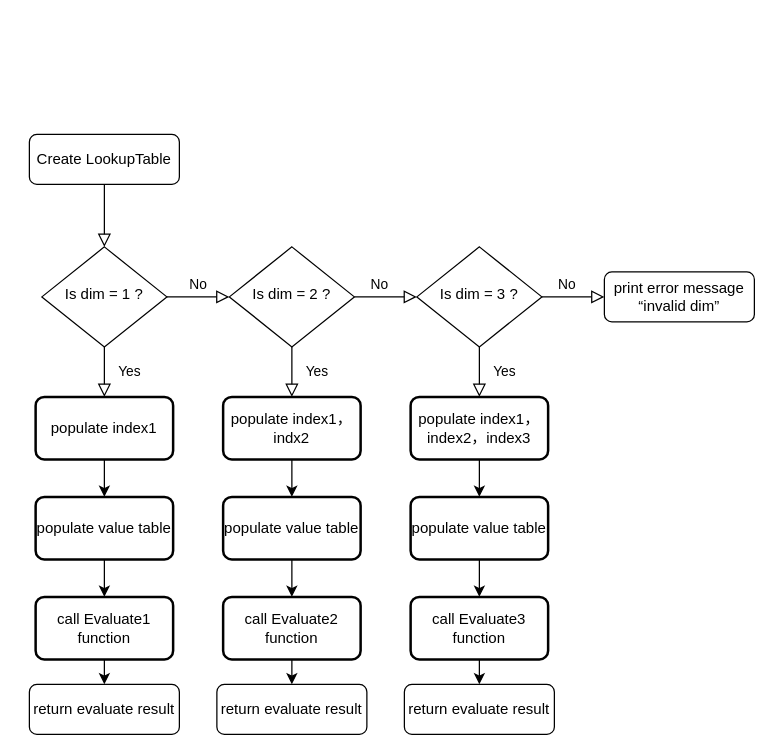
Ablution-han220/UML keeps this draw.io diagram as Untitled Diagram.drawio. Above is the earlier version. Source tidied: cells renumbered, new cells numbered last; positions are measured from the earlier drawing's top-left corner, leaving out a move shared by most shapes. Both pictures are drawn from the tidied source at 125%, with x=0, y=0 at pixel (29, 134).
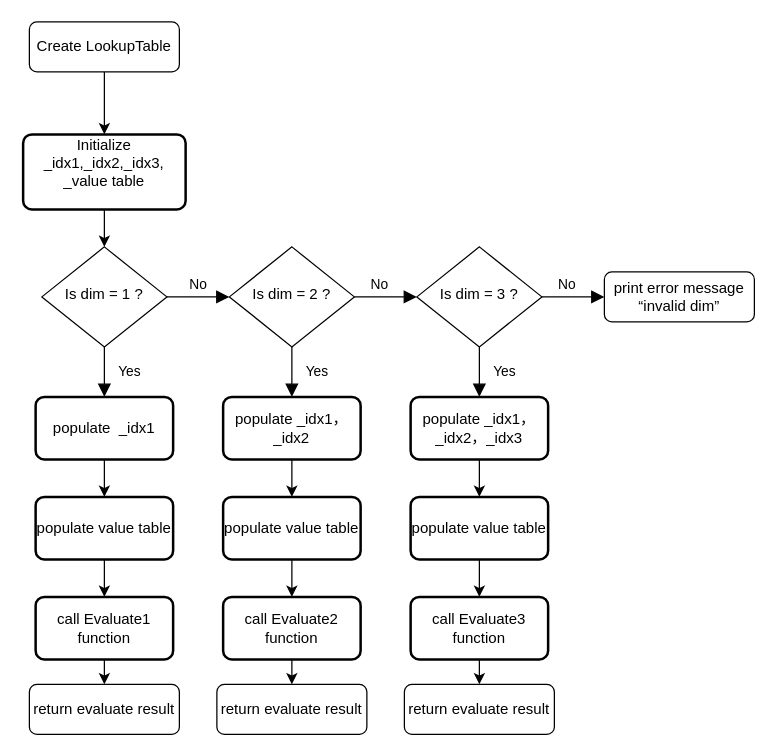
Above is the later version.

The change refers to these unchanged cells:
```xml
<mxCell id="6" value="Is dim = 1 ?" style="rhombus;whiteSpace=wrap;html=1;shadow=0;fontFamily=Helvetica;fontSize=12;align=center;strokeWidth=1;spacing=6;spacingTop=-4;" parent="1" vertex="1">
  <mxGeometry x="10" y="90" width="100" height="80" as="geometry" />
</mxCell>
<mxCell id="8" value="Is dim = 2 ?" style="rhombus;whiteSpace=wrap;html=1;shadow=0;fontFamily=Helvetica;fontSize=12;align=center;strokeWidth=1;spacing=6;spacingTop=-4;" parent="1" vertex="1">
  <mxGeometry x="160" y="90" width="100" height="80" as="geometry" />
</mxCell>
<mxCell id="11" value="Is dim = 3 ?" style="rhombus;whiteSpace=wrap;html=1;shadow=0;fontFamily=Helvetica;fontSize=12;align=center;strokeWidth=1;spacing=6;spacingTop=-4;" parent="1" vertex="1">
  <mxGeometry x="310" y="90" width="100" height="80" as="geometry" />
</mxCell>
<mxCell id="14" value="print error message “invalid dim”" style="rounded=1;whiteSpace=wrap;html=1;fontSize=12;glass=0;strokeWidth=1;shadow=0;" parent="1" vertex="1">
  <mxGeometry x="460" y="110" width="120" height="40" as="geometry" />
</mxCell>
```

What changed in the source:
```diff
@@
-    <mxCell id="2" style="rounded=0;html=1;jettySize=auto;fontSize=11;endArrow=block;endFill=0;endSize=8;strokeWidth=1;shadow=0;labelBackgroundColor=none;edgeStyle=orthogonalEdgeStyle;" parent="1" edge="1" source="3" target="6">
-      <mxGeometry relative="1" as="geometry" />
-    </mxCell>
+    <mxCell id="35" style="edgeStyle=orthogonalEdgeStyle;rounded=0;jettySize=auto;html=1;" parent="1" edge="1" source="3" target="37">
+      <mxGeometry relative="1" as="geometry" />
+    </mxCell>
     <mxCell id="3" value="Create LookupTable" style="rounded=1;whiteSpace=wrap;html=1;fontSize=12;glass=0;strokeWidth=1;shadow=0;" parent="1" vertex="1">
-      <mxGeometry width="120" height="40" as="geometry" />
+      <mxGeometry y="-90" width="120" height="40" as="geometry" />
     </mxCell>
-    <mxCell id="4" value="Yes" style="rounded=0;html=1;jettySize=auto;fontSize=11;endArrow=block;endFill=0;endSize=8;strokeWidth=1;shadow=0;labelBackgroundColor=none;edgeStyle=orthogonalEdgeStyle;entryX=0.5;entryY=0;entryDx=0;entryDy=0;" parent="1" edge="1" source="6" target="16">
+    <mxCell id="4" value="Yes" style="rounded=0;html=1;jettySize=auto;fontSize=11;endArrow=block;endFill=1;endSize=8;strokeWidth=1;shadow=0;labelBackgroundColor=none;edgeStyle=orthogonalEdgeStyle;entryX=0.5;entryY=0;entryDx=0;entryDy=0;" parent="1" edge="1" source="6" target="16">
       <mxGeometry y="20" relative="1" as="geometry" />
     </mxCell>
-    <mxCell id="5" value="No" style="edgeStyle=orthogonalEdgeStyle;rounded=0;html=1;jettySize=auto;fontSize=11;endArrow=block;endFill=0;endSize=8;strokeWidth=1;shadow=0;labelBackgroundColor=none;entryX=0;entryY=0.5;entryDx=0;entryDy=0;" parent="1" edge="1" source="6" target="8">
+    <mxCell id="5" value="No" style="edgeStyle=orthogonalEdgeStyle;rounded=0;html=1;jettySize=auto;fontSize=11;endArrow=block;endFill=1;endSize=8;strokeWidth=1;shadow=0;labelBackgroundColor=none;entryX=0;entryY=0.5;entryDx=0;entryDy=0;" parent="1" edge="1" source="6" target="8">
       <mxGeometry y="10" relative="1" as="geometry" />
     </mxCell>
@@
-    <mxCell id="9" value="Yes" style="rounded=0;html=1;jettySize=auto;fontSize=11;endArrow=block;endFill=0;endSize=8;strokeWidth=1;shadow=0;labelBackgroundColor=none;edgeStyle=orthogonalEdgeStyle;exitX=0.5;exitY=1;exitDx=0;exitDy=0;entryX=0.5;entryY=0;entryDx=0;entryDy=0;" parent="1" edge="1" source="8" target="23">
+    <mxCell id="9" value="Yes" style="rounded=0;html=1;jettySize=auto;fontSize=11;endArrow=block;endFill=1;endSize=8;strokeWidth=1;shadow=0;labelBackgroundColor=none;edgeStyle=orthogonalEdgeStyle;exitX=0.5;exitY=1;exitDx=0;exitDy=0;entryX=0.5;entryY=0;entryDx=0;entryDy=0;" parent="1" edge="1" source="8" target="23">
       <mxGeometry y="20" relative="1" as="geometry" />
     </mxCell>
-    <mxCell id="10" value="No" style="edgeStyle=orthogonalEdgeStyle;rounded=0;html=1;jettySize=auto;fontSize=11;endArrow=block;endFill=0;endSize=8;strokeWidth=1;shadow=0;labelBackgroundColor=none;entryX=0;entryY=0.5;entryDx=0;entryDy=0;exitX=1;exitY=0.5;exitDx=0;exitDy=0;" parent="1" edge="1" source="8" target="11">
+    <mxCell id="10" value="No" style="edgeStyle=orthogonalEdgeStyle;rounded=0;html=1;jettySize=auto;fontSize=11;endArrow=block;endFill=1;endSize=8;strokeWidth=1;shadow=0;labelBackgroundColor=none;entryX=0;entryY=0.5;entryDx=0;entryDy=0;exitX=1;exitY=0.5;exitDx=0;exitDy=0;" parent="1" edge="1" source="8" target="11">
       <mxGeometry x="-0.2" y="10" relative="1" as="geometry" />
     </mxCell>
@@
-    <mxCell id="12" value="Yes" style="rounded=0;html=1;jettySize=auto;fontSize=11;endArrow=block;endFill=0;endSize=8;strokeWidth=1;shadow=0;labelBackgroundColor=none;edgeStyle=orthogonalEdgeStyle;exitX=0.5;exitY=1;exitDx=0;exitDy=0;entryX=0.5;entryY=0;entryDx=0;entryDy=0;" parent="1" edge="1" source="11" target="30">
+    <mxCell id="12" value="Yes" style="rounded=0;html=1;jettySize=auto;fontSize=11;endArrow=block;endFill=1;endSize=8;strokeWidth=1;shadow=0;labelBackgroundColor=none;edgeStyle=orthogonalEdgeStyle;exitX=0.5;exitY=1;exitDx=0;exitDy=0;entryX=0.5;entryY=0;entryDx=0;entryDy=0;" parent="1" edge="1" source="11" target="30">
       <mxGeometry y="20" relative="1" as="geometry" />
     </mxCell>
-    <mxCell id="13" value="No" style="edgeStyle=orthogonalEdgeStyle;rounded=0;html=1;jettySize=auto;fontSize=11;endArrow=block;endFill=0;endSize=8;strokeWidth=1;shadow=0;labelBackgroundColor=none;entryX=0;entryY=0.5;entryDx=0;entryDy=0;exitX=1;exitY=0.5;exitDx=0;exitDy=0;" parent="1" edge="1" source="11" target="14">
+    <mxCell id="13" value="No" style="edgeStyle=orthogonalEdgeStyle;rounded=0;html=1;jettySize=auto;fontSize=11;endArrow=block;endFill=1;endSize=8;strokeWidth=1;shadow=0;labelBackgroundColor=none;entryX=0;entryY=0.5;entryDx=0;entryDy=0;exitX=1;exitY=0.5;exitDx=0;exitDy=0;" parent="1" edge="1" source="11" target="14">
       <mxGeometry x="-0.2" y="10" relative="1" as="geometry" />
     </mxCell>
@@
-    <mxCell id="16" value="populate index1" style="rounded=1;whiteSpace=wrap;html=1;absoluteArcSize=1;arcSize=14;strokeWidth=2;" parent="1" vertex="1">
+    <mxCell id="16" value="populate&amp;nbsp; _idx1" style="rounded=1;whiteSpace=wrap;html=1;absoluteArcSize=1;arcSize=14;strokeWidth=2;" parent="1" vertex="1">
       <mxGeometry x="5" y="210" width="110" height="50" as="geometry" />
     </mxCell>
@@
-    <mxCell id="23" value="populate index1，indx2" style="rounded=1;whiteSpace=wrap;html=1;absoluteArcSize=1;arcSize=14;strokeWidth=2;" parent="1" vertex="1">
+    <mxCell id="23" value="populate _idx1，_idx2" style="rounded=1;whiteSpace=wrap;html=1;absoluteArcSize=1;arcSize=14;strokeWidth=2;" parent="1" vertex="1">
       <mxGeometry x="155" y="210" width="110" height="50" as="geometry" />
     </mxCell>
@@
-    <mxCell id="30" value="populate index1，index2，index3" style="rounded=1;whiteSpace=wrap;html=1;absoluteArcSize=1;arcSize=14;strokeWidth=2;" parent="1" vertex="1">
+    <mxCell id="30" value="populate _idx1，_idx2，_idx3" style="rounded=1;whiteSpace=wrap;html=1;absoluteArcSize=1;arcSize=14;strokeWidth=2;" parent="1" vertex="1">
       <mxGeometry x="305" y="210" width="110" height="50" as="geometry" />
     </mxCell>
@@
+    <mxCell id="36" style="edgeStyle=orthogonalEdgeStyle;rounded=0;jettySize=auto;html=1;exitX=0.5;exitY=1;exitDx=0;exitDy=0;entryX=0.5;entryY=0;entryDx=0;entryDy=0;" parent="1" edge="1" source="37" target="6">
+      <mxGeometry relative="1" as="geometry" />
+    </mxCell>
+    <mxCell id="37" value="Initialize _idx1,_idx2,_idx3, _value table&lt;br&gt;&amp;nbsp;&amp;nbsp;" style="rounded=1;whiteSpace=wrap;html=1;absoluteArcSize=1;arcSize=14;strokeWidth=2;" parent="1" vertex="1">
+      <mxGeometry x="-5" width="130" height="60" as="geometry" />
+    </mxCell>
```
